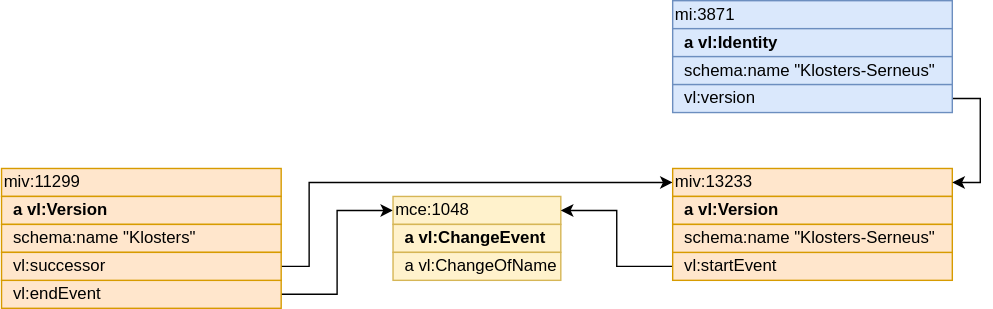
Earlier version of the draw.io export img/basics.svg (SwissFederalArchives/version-link). Source tidied: cells renumbered, new cells last; positions are measured from the earlier drawing's top-left corner, leaving out a move shared by most shapes.
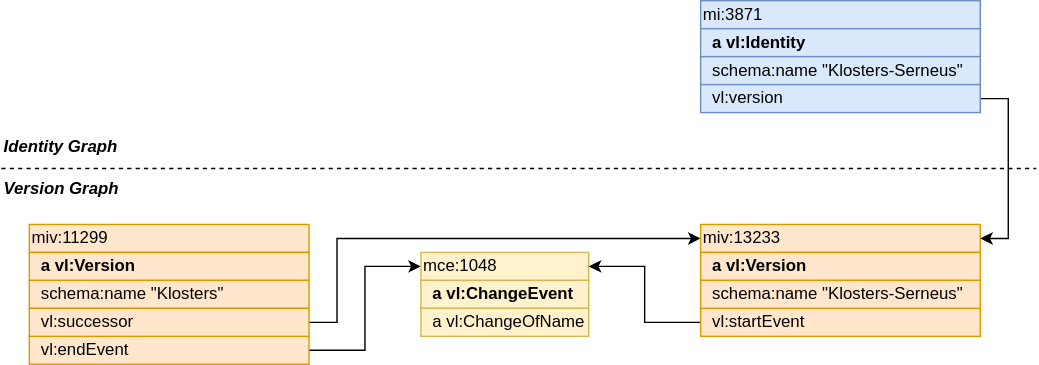
Later version of the same file.

The edit, as a diff of the source:
```diff
@@ -58,24 +58,36 @@
       <mxGeometry x="480" y="160" width="200" height="20" as="geometry" />
     </mxCell>
     <mxCell id="17" value="mi:3871" style="rounded=0;whiteSpace=wrap;html=1;fillColor=#dae8fc;strokeColor=#6c8ebf;align=left;fontSize=12;" parent="1" vertex="1">
-      <mxGeometry x="480" width="200" height="20" as="geometry" />
+      <mxGeometry x="480" y="-40" width="200" height="20" as="geometry" />
     </mxCell>
     <mxCell id="18" value="&lt;b style=&quot;font-size: 12px;&quot;&gt;&amp;nbsp; a vl:Identity&lt;/b&gt;" style="rounded=0;whiteSpace=wrap;html=1;fillColor=#dae8fc;strokeColor=#6c8ebf;align=left;fontSize=12;" parent="1" vertex="1">
-      <mxGeometry x="480" y="20" width="200" height="20" as="geometry" />
+      <mxGeometry x="480" y="-20" width="200" height="20" as="geometry" />
     </mxCell>
     <mxCell id="19" value="&amp;nbsp; schema:name &quot;Klosters-Serneus&quot;" style="rounded=0;whiteSpace=wrap;html=1;fillColor=#dae8fc;strokeColor=#6c8ebf;align=left;fontSize=12;" parent="1" vertex="1">
-      <mxGeometry x="480" y="40" width="200" height="20" as="geometry" />
+      <mxGeometry x="480" width="200" height="20" as="geometry" />
     </mxCell>
     <mxCell id="20" style="edgeStyle=orthogonalEdgeStyle;rounded=0;html=1;exitX=1;exitY=0.5;exitDx=0;exitDy=0;entryX=1;entryY=0.5;entryDx=0;entryDy=0;fontSize=10;" parent="1" edge="1" source="21" target="12">
       <mxGeometry relative="1" as="geometry">
         <Array as="points">
-          <mxPoint x="700" y="70" />
+          <mxPoint x="700" y="30" />
           <mxPoint x="700" y="130" />
         </Array>
       </mxGeometry>
     </mxCell>
     <mxCell id="21" value="&amp;nbsp; vl:version" style="rounded=0;whiteSpace=wrap;html=1;fillColor=#dae8fc;strokeColor=#6c8ebf;align=left;fontSize=12;" parent="1" vertex="1">
-      <mxGeometry x="480" y="60" width="200" height="20" as="geometry" />
+      <mxGeometry x="480" y="20" width="200" height="20" as="geometry" />
     </mxCell>
+    <mxCell id="22" style="endArrow=none;dashed=1;html=1;" parent="1" edge="1">
+      <mxGeometry relative="1" as="geometry">
+        <mxPoint x="-20" y="80" as="sourcePoint" />
+        <mxPoint x="720" y="80" as="targetPoint" />
+      </mxGeometry>
+    </mxCell>
+    <mxCell id="23" value="&lt;b&gt;&lt;i&gt;Identity Graph&lt;/i&gt;&lt;/b&gt;" style="text;html=1;strokeColor=none;fillColor=none;align=left;verticalAlign=middle;whiteSpace=wrap;rounded=0;" parent="1" vertex="1">
+      <mxGeometry x="-20" y="50" width="100" height="30" as="geometry" />
+    </mxCell>
+    <mxCell id="24" value="&lt;b&gt;&lt;i&gt;Version Graph&lt;/i&gt;&lt;/b&gt;" style="text;html=1;strokeColor=none;fillColor=none;align=left;verticalAlign=middle;whiteSpace=wrap;rounded=0;" parent="1" vertex="1">
+      <mxGeometry x="-20" y="80" width="100" height="30" as="geometry" />
+    </mxCell>
   </root>
 </mxGraphModel>
```
